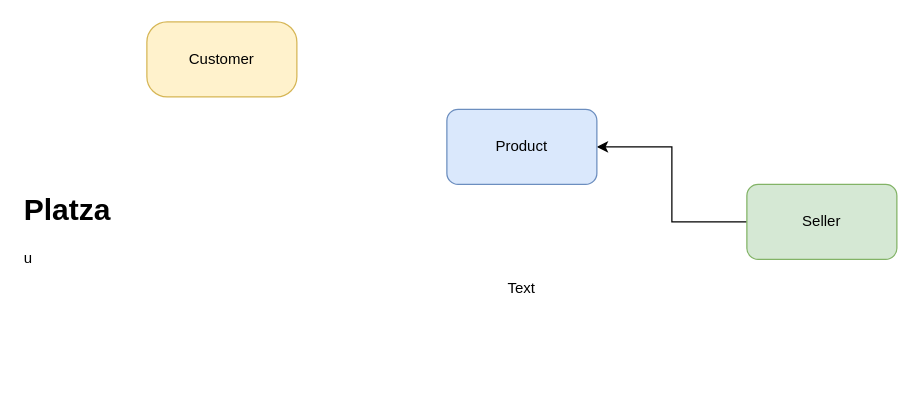
Before: github_assets/db_diagram.drawio in mohhamad-esmaili/platza_store, a draw.io diagram. Source tidied: cells renumbered, new cells numbered last; positions are measured from the earlier drawing's top-left corner, leaving out a move shared by most shapes. Both pictures are drawn from the tidied source at 125%, with x=0, y=0 at pixel (21, 21).
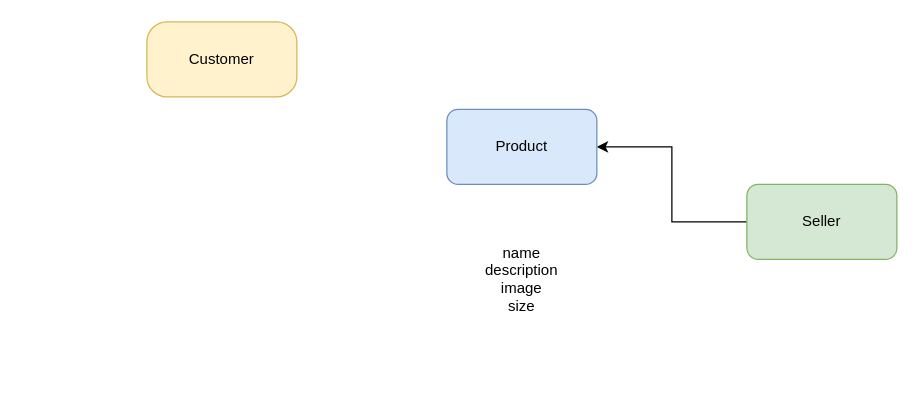
The same diagram, later.

Diff of the diagram source:
```diff
@@
 <mxGraphModel>
   <root>
     <mxCell id="0" />
     <mxCell id="1" parent="0" />
     <mxCell id="2" value="Customer" style="rounded=1;whiteSpace=wrap;html=1;arcSize=27;fillColor=#fff2cc;strokeColor=#d6b656;" parent="1" vertex="1">
       <mxGeometry x="100" width="120" height="60" as="geometry" />
     </mxCell>
     <mxCell id="3" style="edgeStyle=orthogonalEdgeStyle;rounded=0;jettySize=auto;html=1;entryX=1;entryY=0.5;entryDx=0;entryDy=0;" parent="1" edge="1" source="4" target="5">
       <mxGeometry relative="1" as="geometry" />
     </mxCell>
     <mxCell id="4" value="Seller" style="rounded=1;whiteSpace=wrap;html=1;fillColor=#d5e8d4;strokeColor=#82b366;" parent="1" vertex="1">
       <mxGeometry x="580" y="130" width="120" height="60" as="geometry" />
     </mxCell>
     <mxCell id="5" value="Product" style="rounded=1;whiteSpace=wrap;html=1;fillColor=#dae8fc;strokeColor=#6c8ebf;" parent="1" vertex="1">
       <mxGeometry x="340" y="70" width="120" height="60" as="geometry" />
     </mxCell>
-    <mxCell id="6" value="Text" style="text;html=1;align=center;verticalAlign=middle;whiteSpace=wrap;rounded=0;" parent="1" vertex="1">
+    <mxCell id="6" value="&lt;div&gt;name&lt;/div&gt;&lt;div&gt;description&lt;/div&gt;&lt;div&gt;image&lt;/div&gt;size&lt;div&gt;&lt;br&gt;&lt;/div&gt;" style="text;html=1;align=center;verticalAlign=middle;whiteSpace=wrap;rounded=0;" parent="1" vertex="1">
       <mxGeometry x="340" y="145" width="120" height="135" as="geometry" />
     </mxCell>
-    <mxCell id="7" value="&lt;h1 style=&quot;margin-top: 0px;&quot;&gt;Platza&amp;nbsp;&lt;/h1&gt;&lt;p&gt;u&lt;/p&gt;" style="text;html=1;whiteSpace=wrap;overflow=hidden;rounded=0;" parent="1" vertex="1">
-      <mxGeometry y="130" width="180" height="120" as="geometry" />
-    </mxCell>
   </root>
 </mxGraphModel>
```
